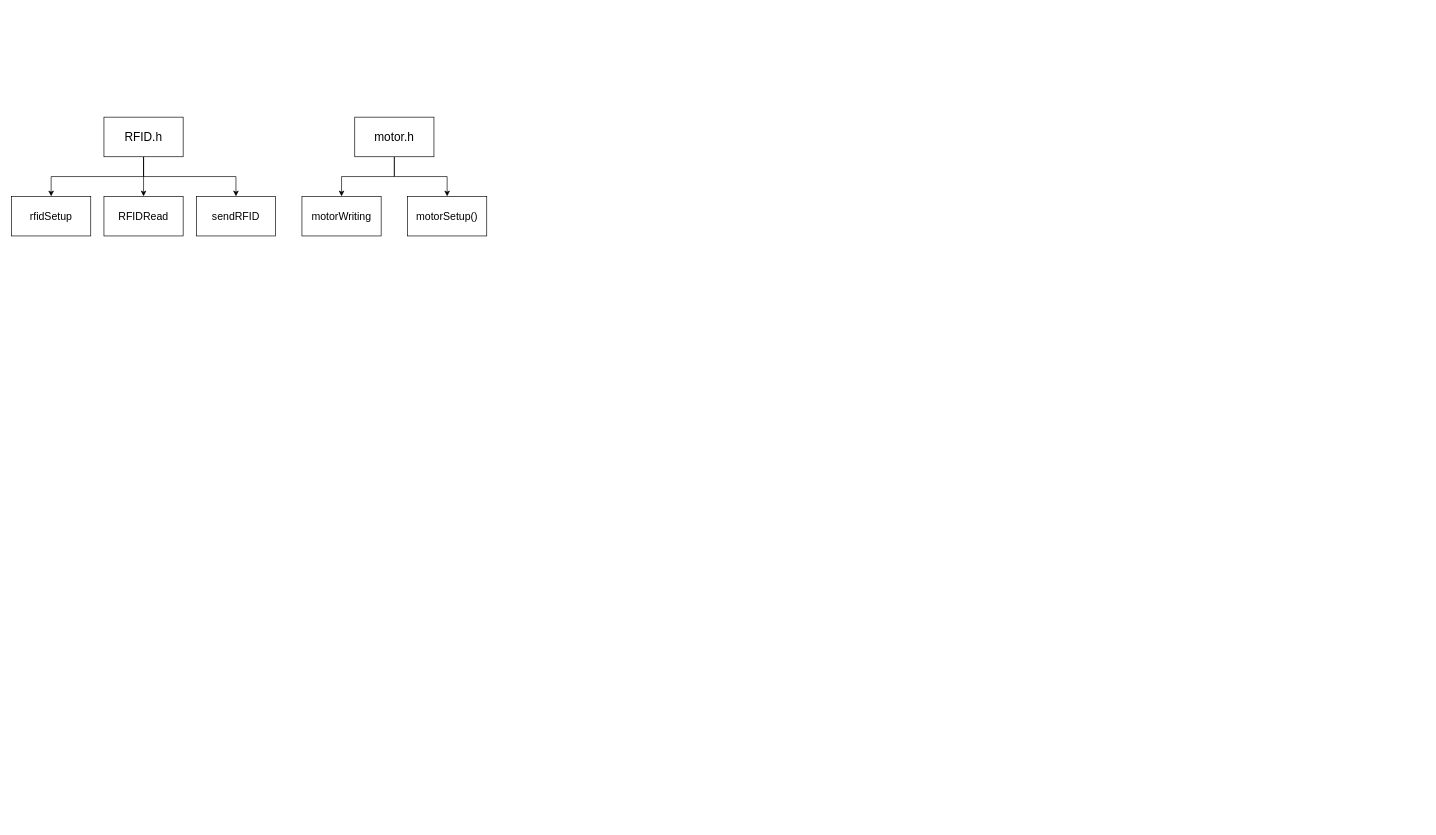
This is carcar_architecture.drawio from yeeeeeeting/CarcarCodes, a draw.io file, before an edit. Source tidied: cells renumbered, new cells numbered last; positions are measured from the earlier drawing's top-left corner, leaving out a move shared by most shapes. Both pictures are drawn from the tidied source at 66%, with x=0, y=0 at pixel (11, 117).
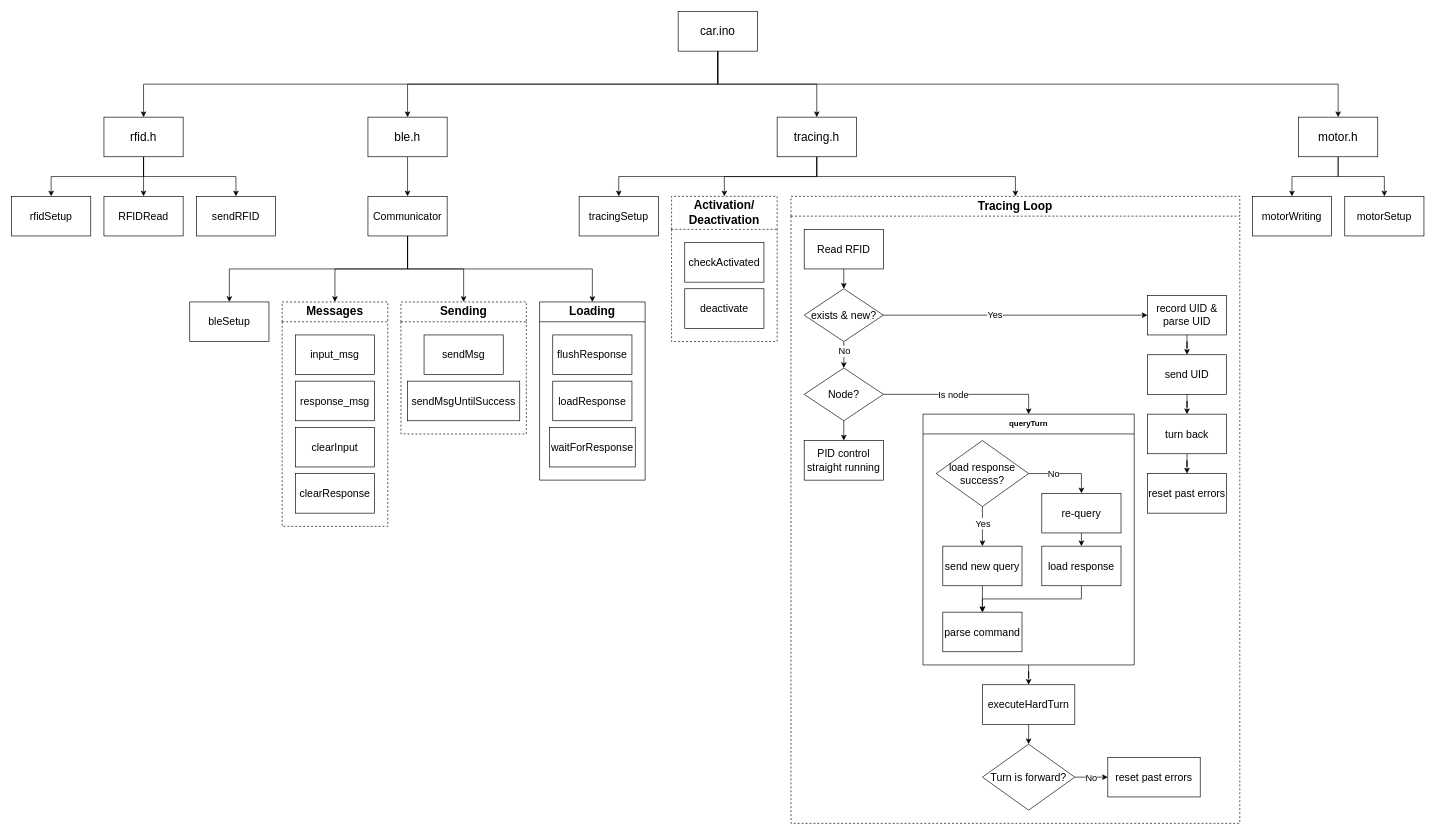
The same diagram, later.

Diff of the diagram source:
```diff
@@
-    <mxCell id="5" value="&lt;font style=&quot;font-size: 18px;&quot;&gt;RFID.h&lt;/font&gt;" style="rounded=0;whiteSpace=wrap;html=1;" parent="1" vertex="1">
+    <mxCell id="5" value="&lt;font style=&quot;font-size: 18px;&quot;&gt;rfid.h&lt;/font&gt;" style="rounded=0;whiteSpace=wrap;html=1;" parent="1" vertex="1">
       <mxGeometry x="140" width="120" height="60" as="geometry" />
     </mxCell>
@@
     <mxCell id="11" value="&lt;font style=&quot;font-size: 18px;&quot;&gt;motor.h&lt;/font&gt;" style="rounded=0;whiteSpace=wrap;html=1;" parent="1" vertex="1">
-      <mxGeometry x="520" width="120" height="60" as="geometry" />
+      <mxGeometry x="1950" width="120" height="60" as="geometry" />
     </mxCell>
     <mxCell id="12" value="&lt;span style=&quot;font-size: 16px;&quot;&gt;motorWriting&lt;/span&gt;" style="rounded=0;whiteSpace=wrap;html=1;" parent="1" vertex="1">
-      <mxGeometry x="440" y="120" width="120" height="60" as="geometry" />
+      <mxGeometry x="1880" y="120" width="120" height="60" as="geometry" />
     </mxCell>
-    <mxCell id="13" value="&lt;span style=&quot;font-size: 16px;&quot;&gt;motorSetup()&lt;/span&gt;" style="rounded=0;whiteSpace=wrap;html=1;" parent="1" vertex="1">
-      <mxGeometry x="600" y="120" width="120" height="60" as="geometry" />
+    <mxCell id="13" value="&lt;span style=&quot;font-size: 16px;&quot;&gt;motorSetup&lt;/span&gt;" style="rounded=0;whiteSpace=wrap;html=1;" parent="1" vertex="1">
+      <mxGeometry x="2020" y="120" width="120" height="60" as="geometry" />
     </mxCell>
+    <mxCell id="14" style="edgeStyle=orthogonalEdgeStyle;rounded=0;jettySize=auto;html=1;exitX=0.5;exitY=1;exitDx=0;exitDy=0;entryX=0.5;entryY=0;entryDx=0;entryDy=0;" parent="1" edge="1" source="15" target="20">
+      <mxGeometry relative="1" as="geometry" />
+    </mxCell>
+    <mxCell id="15" value="&lt;font style=&quot;font-size: 18px;&quot;&gt;ble.h&lt;/font&gt;" style="rounded=0;whiteSpace=wrap;html=1;" parent="1" vertex="1">
+      <mxGeometry x="540" width="120" height="60" as="geometry" />
+    </mxCell>
+    <mxCell id="16" style="edgeStyle=orthogonalEdgeStyle;rounded=0;jettySize=auto;html=1;exitX=0.5;exitY=1;exitDx=0;exitDy=0;entryX=0.5;entryY=0;entryDx=0;entryDy=0;" parent="1" edge="1" source="20" target="21">
+      <mxGeometry relative="1" as="geometry" />
+    </mxCell>
+    <mxCell id="17" style="edgeStyle=orthogonalEdgeStyle;rounded=0;jettySize=auto;html=1;exitX=0.5;exitY=1;exitDx=0;exitDy=0;entryX=0.5;entryY=0;entryDx=0;entryDy=0;" parent="1" edge="1" source="20" target="26">
+      <mxGeometry relative="1" as="geometry" />
+    </mxCell>
+    <mxCell id="18" style="edgeStyle=orthogonalEdgeStyle;rounded=0;jettySize=auto;html=1;exitX=0.5;exitY=1;exitDx=0;exitDy=0;entryX=0.5;entryY=0;entryDx=0;entryDy=0;" parent="1" edge="1" source="20" target="31">
+      <mxGeometry relative="1" as="geometry" />
+    </mxCell>
+    <mxCell id="19" style="edgeStyle=orthogonalEdgeStyle;rounded=0;jettySize=auto;html=1;exitX=0.5;exitY=1;exitDx=0;exitDy=0;entryX=0.5;entryY=0;entryDx=0;entryDy=0;" parent="1" edge="1" source="20" target="34">
+      <mxGeometry relative="1" as="geometry" />
+    </mxCell>
+    <mxCell id="20" value="&lt;span style=&quot;font-size: 16px;&quot;&gt;Communicator&lt;/span&gt;" style="rounded=0;whiteSpace=wrap;html=1;" parent="1" vertex="1">
+      <mxGeometry x="540" y="120" width="120" height="60" as="geometry" />
+    </mxCell>
+    <mxCell id="21" value="&lt;span style=&quot;font-size: 16px;&quot;&gt;bleSetup&lt;/span&gt;" style="rounded=0;whiteSpace=wrap;html=1;" parent="1" vertex="1">
+      <mxGeometry x="270" y="280" width="120" height="60" as="geometry" />
+    </mxCell>
+    <mxCell id="22" style="edgeStyle=orthogonalEdgeStyle;rounded=0;jettySize=auto;html=1;exitX=0.5;exitY=1;exitDx=0;exitDy=0;entryX=0.5;entryY=0;entryDx=0;entryDy=0;" parent="1" edge="1" source="25" target="81">
+      <mxGeometry relative="1" as="geometry" />
+    </mxCell>
+    <mxCell id="23" style="edgeStyle=orthogonalEdgeStyle;rounded=0;jettySize=auto;html=1;exitX=0.5;exitY=1;exitDx=0;exitDy=0;entryX=0.5;entryY=0;entryDx=0;entryDy=0;" parent="1" edge="1" source="25" target="38">
+      <mxGeometry relative="1" as="geometry" />
+    </mxCell>
+    <mxCell id="24" style="edgeStyle=orthogonalEdgeStyle;rounded=0;jettySize=auto;html=1;exitX=0.5;exitY=1;exitDx=0;exitDy=0;entryX=0.5;entryY=0;entryDx=0;entryDy=0;" parent="1" edge="1" source="25" target="41">
+      <mxGeometry relative="1" as="geometry" />
+    </mxCell>
+    <mxCell id="25" value="&lt;span style=&quot;font-size: 18px;&quot;&gt;tracing.h&lt;/span&gt;" style="rounded=0;whiteSpace=wrap;html=1;" parent="1" vertex="1">
+      <mxGeometry x="1160" width="120" height="60" as="geometry" />
+    </mxCell>
+    <mxCell id="26" value="&lt;font style=&quot;font-size: 18px;&quot;&gt;Messages&lt;/font&gt;" style="swimlane;whiteSpace=wrap;html=1;startSize=30;dashed=1;" parent="1" vertex="1">
+      <mxGeometry x="410" y="280" width="160" height="340" as="geometry" />
+    </mxCell>
+    <mxCell id="27" value="&lt;span style=&quot;font-size: 16px;&quot;&gt;input_msg&lt;/span&gt;" style="rounded=0;whiteSpace=wrap;html=1;" parent="26" vertex="1">
+      <mxGeometry x="20" y="50" width="120" height="60" as="geometry" />
+    </mxCell>
+    <mxCell id="28" value="&lt;span style=&quot;font-size: 16px;&quot;&gt;response_msg&lt;/span&gt;" style="rounded=0;whiteSpace=wrap;html=1;" parent="26" vertex="1">
+      <mxGeometry x="20" y="120" width="120" height="60" as="geometry" />
+    </mxCell>
+    <mxCell id="29" value="&lt;span style=&quot;font-size: 16px;&quot;&gt;clearInput&lt;/span&gt;" style="rounded=0;whiteSpace=wrap;html=1;" parent="26" vertex="1">
+      <mxGeometry x="20" y="190" width="120" height="60" as="geometry" />
+    </mxCell>
+    <mxCell id="30" value="&lt;span style=&quot;font-size: 16px;&quot;&gt;clearResponse&lt;/span&gt;" style="rounded=0;whiteSpace=wrap;html=1;" parent="26" vertex="1">
+      <mxGeometry x="20" y="260" width="120" height="60" as="geometry" />
+    </mxCell>
+    <mxCell id="31" value="&lt;font style=&quot;font-size: 18px;&quot;&gt;Sending&lt;/font&gt;" style="swimlane;whiteSpace=wrap;html=1;startSize=30;dashed=1;" parent="1" vertex="1">
+      <mxGeometry x="590" y="280" width="190" height="200" as="geometry" />
+    </mxCell>
+    <mxCell id="32" value="&lt;span style=&quot;font-size: 16px;&quot;&gt;sendMsg&lt;/span&gt;" style="rounded=0;whiteSpace=wrap;html=1;" parent="31" vertex="1">
+      <mxGeometry x="35" y="50" width="120" height="60" as="geometry" />
+    </mxCell>
+    <mxCell id="33" value="&lt;span style=&quot;font-size: 16px;&quot;&gt;sendMsgUntilSuccess&lt;/span&gt;" style="rounded=0;whiteSpace=wrap;html=1;" parent="31" vertex="1">
+      <mxGeometry x="10" y="120" width="170" height="60" as="geometry" />
+    </mxCell>
+    <mxCell id="34" value="&lt;font style=&quot;font-size: 18px;&quot;&gt;Loading&lt;/font&gt;" style="swimlane;whiteSpace=wrap;html=1;startSize=30;" parent="1" vertex="1">
+      <mxGeometry x="800" y="280" width="160" height="270" as="geometry" />
+    </mxCell>
+    <mxCell id="35" value="&lt;span style=&quot;font-size: 16px;&quot;&gt;flushResponse&lt;/span&gt;" style="rounded=0;whiteSpace=wrap;html=1;" parent="34" vertex="1">
+      <mxGeometry x="20" y="50" width="120" height="60" as="geometry" />
+    </mxCell>
+    <mxCell id="36" value="&lt;span style=&quot;font-size: 16px;&quot;&gt;loadResponse&lt;/span&gt;" style="rounded=0;whiteSpace=wrap;html=1;" parent="34" vertex="1">
+      <mxGeometry x="20" y="120" width="120" height="60" as="geometry" />
+    </mxCell>
+    <mxCell id="37" value="&lt;span style=&quot;font-size: 16px;&quot;&gt;waitForResponse&lt;/span&gt;" style="rounded=0;whiteSpace=wrap;html=1;" parent="34" vertex="1">
+      <mxGeometry x="15" y="190" width="130" height="60" as="geometry" />
+    </mxCell>
+    <mxCell id="38" value="&lt;font style=&quot;font-size: 18px;&quot;&gt;Activation/&lt;/font&gt;&lt;div&gt;&lt;font style=&quot;font-size: 18px;&quot;&gt;Deactivation&lt;/font&gt;&lt;/div&gt;" style="swimlane;whiteSpace=wrap;html=1;startSize=50;dashed=1;" parent="1" vertex="1">
+      <mxGeometry x="1000" y="120" width="160" height="220" as="geometry" />
+    </mxCell>
+    <mxCell id="39" value="&lt;span style=&quot;font-size: 16px;&quot;&gt;deactivate&lt;/span&gt;" style="rounded=0;whiteSpace=wrap;html=1;" parent="38" vertex="1">
+      <mxGeometry x="20" y="140" width="120" height="60" as="geometry" />
+    </mxCell>
+    <mxCell id="40" value="&lt;span style=&quot;font-size: 16px;&quot;&gt;checkActivated&lt;/span&gt;" style="rounded=0;whiteSpace=wrap;html=1;" parent="38" vertex="1">
+      <mxGeometry x="20" y="70" width="120" height="60" as="geometry" />
+    </mxCell>
+    <mxCell id="41" value="&lt;font&gt;Tracing Loop&lt;/font&gt;" style="swimlane;whiteSpace=wrap;html=1;startSize=30;dashed=1;fontSize=18;" parent="1" vertex="1">
+      <mxGeometry x="1181" y="120" width="680" height="950" as="geometry" />
+    </mxCell>
+    <mxCell id="42" style="edgeStyle=orthogonalEdgeStyle;rounded=0;jettySize=auto;html=1;exitX=0.5;exitY=1;exitDx=0;exitDy=0;entryX=0.5;entryY=0;entryDx=0;entryDy=0;" parent="41" edge="1" source="43" target="46">
+      <mxGeometry relative="1" as="geometry" />
+    </mxCell>
+    <mxCell id="43" value="&lt;span style=&quot;font-size: 16px;&quot;&gt;Read RFID&lt;/span&gt;" style="rounded=0;whiteSpace=wrap;html=1;" parent="41" vertex="1">
+      <mxGeometry x="20" y="50" width="120" height="60" as="geometry" />
+    </mxCell>
+    <mxCell id="44" style="edgeStyle=orthogonalEdgeStyle;rounded=0;orthogonalLoop=1;jettySize=auto;html=1;" parent="41" edge="1">
+      <mxGeometry relative="1" as="geometry">
+        <mxPoint x="79.9" y="220" as="sourcePoint" />
+        <mxPoint x="79.9" y="260" as="targetPoint" />
+      </mxGeometry>
+    </mxCell>
+    <mxCell id="45" value="&lt;font style=&quot;font-size: 14px;&quot;&gt;No&lt;/font&gt;" style="edgeLabel;html=1;align=center;verticalAlign=middle;" parent="44" vertex="1">
+      <mxGeometry x="-0.63" relative="1" as="geometry">
+        <mxPoint y="7" as="offset" />
+      </mxGeometry>
+    </mxCell>
+    <mxCell id="46" value="&lt;font style=&quot;font-size: 16px;&quot;&gt;exists &amp;amp; new?&lt;/font&gt;" style="rhombus;whiteSpace=wrap;html=1;" parent="41" vertex="1">
+      <mxGeometry x="20" y="140" width="120" height="80" as="geometry" />
+    </mxCell>
+    <mxCell id="47" style="edgeStyle=orthogonalEdgeStyle;rounded=0;jettySize=auto;html=1;entryX=0.5;entryY=0;entryDx=0;entryDy=0;" parent="41" edge="1" source="50" target="51">
+      <mxGeometry relative="1" as="geometry" />
+    </mxCell>
+    <mxCell id="48" value="&lt;font style=&quot;font-size: 14px;&quot;&gt;Is node&lt;/font&gt;" style="edgeLabel;html=1;align=center;verticalAlign=middle;" parent="47" vertex="1">
+      <mxGeometry x="0.38" y="3" relative="1" as="geometry">
+        <mxPoint x="-68" y="3" as="offset" />
+      </mxGeometry>
+    </mxCell>
+    <mxCell id="49" style="edgeStyle=orthogonalEdgeStyle;rounded=0;jettySize=auto;html=1;exitX=0.5;exitY=1;exitDx=0;exitDy=0;entryX=0.5;entryY=0;entryDx=0;entryDy=0;" parent="41" edge="1" source="50" target="80">
+      <mxGeometry relative="1" as="geometry" />
+    </mxCell>
+    <mxCell id="50" value="&lt;font style=&quot;font-size: 16px;&quot;&gt;Node?&lt;/font&gt;" style="rhombus;whiteSpace=wrap;html=1;" parent="41" vertex="1">
+      <mxGeometry x="20" y="260" width="120" height="80" as="geometry" />
+    </mxCell>
+    <mxCell id="51" value="queryTurn" style="swimlane;whiteSpace=wrap;html=1;startSize=30;" parent="41" vertex="1">
+      <mxGeometry x="200" y="330" width="320" height="380" as="geometry" />
+    </mxCell>
+    <mxCell id="52" style="edgeStyle=orthogonalEdgeStyle;rounded=0;jettySize=auto;html=1;exitX=0.5;exitY=1;exitDx=0;exitDy=0;entryX=0.5;entryY=0;entryDx=0;entryDy=0;" parent="51" edge="1" source="53" target="63">
+      <mxGeometry relative="1" as="geometry" />
+    </mxCell>
+    <mxCell id="53" value="load response" style="whiteSpace=wrap;html=1;fontSize=16;" parent="51" vertex="1">
+      <mxGeometry x="180" y="200" width="120" height="60" as="geometry" />
+    </mxCell>
+    <mxCell id="54" style="edgeStyle=orthogonalEdgeStyle;rounded=0;jettySize=auto;html=1;exitX=1;exitY=0.5;exitDx=0;exitDy=0;entryX=0.5;entryY=0;entryDx=0;entryDy=0;" parent="51" edge="1" source="58" target="60">
+      <mxGeometry relative="1" as="geometry" />
+    </mxCell>
+    <mxCell id="55" value="No" style="edgeLabel;html=1;align=center;verticalAlign=middle;fontSize=14;" parent="54" vertex="1">
+      <mxGeometry x="-0.32" y="-2" relative="1" as="geometry">
+        <mxPoint y="-2" as="offset" />
+      </mxGeometry>
+    </mxCell>
+    <mxCell id="56" style="edgeStyle=orthogonalEdgeStyle;rounded=0;jettySize=auto;html=1;exitX=0.5;exitY=1;exitDx=0;exitDy=0;entryX=0.5;entryY=0;entryDx=0;entryDy=0;" parent="51" edge="1" source="58" target="62">
+      <mxGeometry relative="1" as="geometry" />
+    </mxCell>
+    <mxCell id="57" value="Yes" style="edgeLabel;html=1;align=center;verticalAlign=middle;fontSize=14;" parent="56" vertex="1">
+      <mxGeometry x="-0.54" relative="1" as="geometry">
+        <mxPoint y="11" as="offset" />
+      </mxGeometry>
+    </mxCell>
+    <mxCell id="58" value="&lt;span style=&quot;font-size: 16px;&quot;&gt;load response&lt;br&gt;success?&lt;/span&gt;" style="rhombus;whiteSpace=wrap;html=1;" parent="51" vertex="1">
+      <mxGeometry x="20" y="40" width="140" height="100" as="geometry" />
+    </mxCell>
+    <mxCell id="59" style="edgeStyle=orthogonalEdgeStyle;rounded=0;jettySize=auto;html=1;exitX=0.5;exitY=1;exitDx=0;exitDy=0;entryX=0.5;entryY=0;entryDx=0;entryDy=0;" parent="51" edge="1" source="60" target="53">
+      <mxGeometry relative="1" as="geometry" />
+    </mxCell>
+    <mxCell id="60" value="re-query" style="whiteSpace=wrap;html=1;fontSize=16;" parent="51" vertex="1">
+      <mxGeometry x="180" y="120" width="120" height="60" as="geometry" />
+    </mxCell>
+    <mxCell id="61" style="edgeStyle=orthogonalEdgeStyle;rounded=0;jettySize=auto;html=1;exitX=0.5;exitY=1;exitDx=0;exitDy=0;entryX=0.5;entryY=0;entryDx=0;entryDy=0;" parent="51" edge="1" source="62" target="63">
+      <mxGeometry relative="1" as="geometry" />
+    </mxCell>
+    <mxCell id="62" value="send new query" style="whiteSpace=wrap;html=1;fontSize=16;" parent="51" vertex="1">
+      <mxGeometry x="30" y="200" width="120" height="60" as="geometry" />
+    </mxCell>
+    <mxCell id="63" value="parse command" style="whiteSpace=wrap;html=1;fontSize=16;" parent="51" vertex="1">
+      <mxGeometry x="30" y="300" width="120" height="60" as="geometry" />
+    </mxCell>
+    <mxCell id="64" value="record UID &amp;amp;&lt;br&gt;parse UID" style="whiteSpace=wrap;html=1;fontSize=16;" parent="41" vertex="1">
+      <mxGeometry x="540" y="150" width="120" height="60" as="geometry" />
+    </mxCell>
+    <mxCell id="65" value="send UID" style="whiteSpace=wrap;html=1;fontSize=16;" parent="41" vertex="1">
+      <mxGeometry x="540" y="240" width="120" height="60" as="geometry" />
+    </mxCell>
+    <mxCell id="66" value="turn back" style="whiteSpace=wrap;html=1;fontSize=16;" parent="41" vertex="1">
+      <mxGeometry x="540" y="330" width="120" height="60" as="geometry" />
+    </mxCell>
+    <mxCell id="67" value="reset past errors" style="whiteSpace=wrap;html=1;fontSize=16;" parent="41" vertex="1">
+      <mxGeometry x="540" y="420" width="120" height="60" as="geometry" />
+    </mxCell>
+    <mxCell id="68" style="edgeStyle=orthogonalEdgeStyle;rounded=0;jettySize=auto;html=1;" parent="41" edge="1" source="46" target="64">
+      <mxGeometry relative="1" as="geometry" />
+    </mxCell>
+    <mxCell id="69" value="Yes" style="edgeLabel;html=1;align=center;verticalAlign=middle;fontSize=14;" parent="68" vertex="1">
+      <mxGeometry x="-0.16" y="1" relative="1" as="geometry" />
+    </mxCell>
+    <mxCell id="70" style="edgeStyle=orthogonalEdgeStyle;rounded=0;jettySize=auto;html=1;" parent="41" edge="1" source="64" target="65">
+      <mxGeometry relative="1" as="geometry" />
+    </mxCell>
+    <mxCell id="71" style="edgeStyle=orthogonalEdgeStyle;rounded=0;jettySize=auto;html=1;" parent="41" edge="1" source="65" target="66">
+      <mxGeometry relative="1" as="geometry" />
+    </mxCell>
+    <mxCell id="72" style="edgeStyle=orthogonalEdgeStyle;rounded=0;jettySize=auto;html=1;" parent="41" edge="1" source="66" target="67">
+      <mxGeometry relative="1" as="geometry" />
+    </mxCell>
+    <mxCell id="73" style="edgeStyle=orthogonalEdgeStyle;rounded=0;jettySize=auto;html=1;exitX=0.5;exitY=1;exitDx=0;exitDy=0;entryX=0.5;entryY=0;entryDx=0;entryDy=0;" parent="41" edge="1" source="74" target="78">
+      <mxGeometry relative="1" as="geometry" />
+    </mxCell>
+    <mxCell id="74" value="executeHardTurn" style="whiteSpace=wrap;html=1;fontStyle=0;startSize=23;fontSize=16;" parent="41" vertex="1">
+      <mxGeometry x="290" y="740" width="140" height="60" as="geometry" />
+    </mxCell>
+    <mxCell id="75" style="edgeStyle=orthogonalEdgeStyle;rounded=0;jettySize=auto;html=1;" parent="41" edge="1" source="51" target="74">
+      <mxGeometry relative="1" as="geometry" />
+    </mxCell>
+    <mxCell id="76" style="edgeStyle=orthogonalEdgeStyle;rounded=0;jettySize=auto;html=1;exitX=1;exitY=0.5;exitDx=0;exitDy=0;entryX=0;entryY=0.5;entryDx=0;entryDy=0;" parent="41" edge="1" source="78" target="79">
+      <mxGeometry relative="1" as="geometry" />
+    </mxCell>
+    <mxCell id="77" value="No" style="edgeLabel;html=1;align=center;verticalAlign=middle;fontSize=14;" parent="76" vertex="1">
+      <mxGeometry x="-0.2" y="-1" relative="1" as="geometry">
+        <mxPoint x="4" y="-1" as="offset" />
+      </mxGeometry>
+    </mxCell>
+    <mxCell id="78" value="&lt;span style=&quot;font-size: 16px;&quot;&gt;Turn is forward?&lt;/span&gt;" style="rhombus;whiteSpace=wrap;html=1;" parent="41" vertex="1">
+      <mxGeometry x="290" y="830" width="140" height="100" as="geometry" />
+    </mxCell>
+    <mxCell id="79" value="reset past errors" style="whiteSpace=wrap;html=1;fontStyle=0;startSize=23;fontSize=16;" parent="41" vertex="1">
+      <mxGeometry x="480" y="850" width="140" height="60" as="geometry" />
+    </mxCell>
+    <mxCell id="80" value="PID control&lt;br&gt;straight running" style="whiteSpace=wrap;html=1;fontStyle=0;startSize=23;fontSize=16;" parent="41" vertex="1">
+      <mxGeometry x="20" y="370" width="120" height="60" as="geometry" />
+    </mxCell>
+    <mxCell id="81" value="&lt;span style=&quot;font-size: 16px;&quot;&gt;tracingSetup&lt;/span&gt;" style="rounded=0;whiteSpace=wrap;html=1;" parent="1" vertex="1">
+      <mxGeometry x="860" y="120" width="120" height="60" as="geometry" />
+    </mxCell>
+    <mxCell id="82" style="edgeStyle=orthogonalEdgeStyle;rounded=0;jettySize=auto;html=1;exitX=0.5;exitY=1;exitDx=0;exitDy=0;entryX=0.5;entryY=0;entryDx=0;entryDy=0;" parent="1" edge="1" source="86" target="5">
+      <mxGeometry relative="1" as="geometry" />
+    </mxCell>
+    <mxCell id="83" style="edgeStyle=orthogonalEdgeStyle;rounded=0;jettySize=auto;html=1;exitX=0.5;exitY=1;exitDx=0;exitDy=0;entryX=0.5;entryY=0;entryDx=0;entryDy=0;" parent="1" edge="1" source="86" target="15">
+      <mxGeometry relative="1" as="geometry" />
+    </mxCell>
+    <mxCell id="84" style="edgeStyle=orthogonalEdgeStyle;rounded=0;jettySize=auto;html=1;exitX=0.5;exitY=1;exitDx=0;exitDy=0;entryX=0.5;entryY=0;entryDx=0;entryDy=0;" parent="1" edge="1" source="86" target="25">
+      <mxGeometry relative="1" as="geometry" />
+    </mxCell>
+    <mxCell id="85" style="edgeStyle=orthogonalEdgeStyle;rounded=0;jettySize=auto;html=1;exitX=0.5;exitY=1;exitDx=0;exitDy=0;entryX=0.5;entryY=0;entryDx=0;entryDy=0;" parent="1" edge="1" source="86" target="11">
+      <mxGeometry relative="1" as="geometry" />
+    </mxCell>
+    <mxCell id="86" value="&lt;span style=&quot;font-size: 18px;&quot;&gt;car.ino&lt;/span&gt;" style="rounded=0;whiteSpace=wrap;html=1;" parent="1" vertex="1">
+      <mxGeometry x="1010" y="-160" width="120" height="60" as="geometry" />
+    </mxCell>
```
